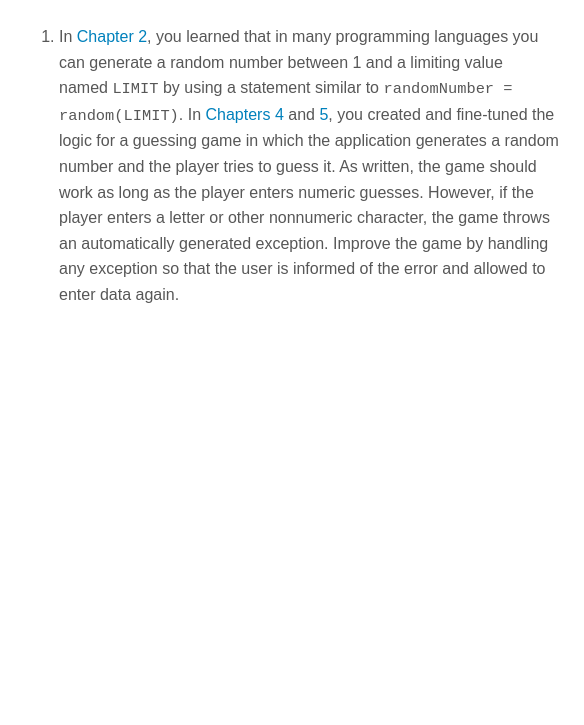
This is Problem Solving/limit.drawio from sweetrellish/python_work1, a draw.io file, before an edit. Source tidied: cells renumbered, new cells numbered last; positions are measured from the earlier drawing's top-left corner, leaving out a move shared by most shapes. Both pictures are drawn from the tidied source at 100%, with x=0, y=0 at pixel (17, 17).
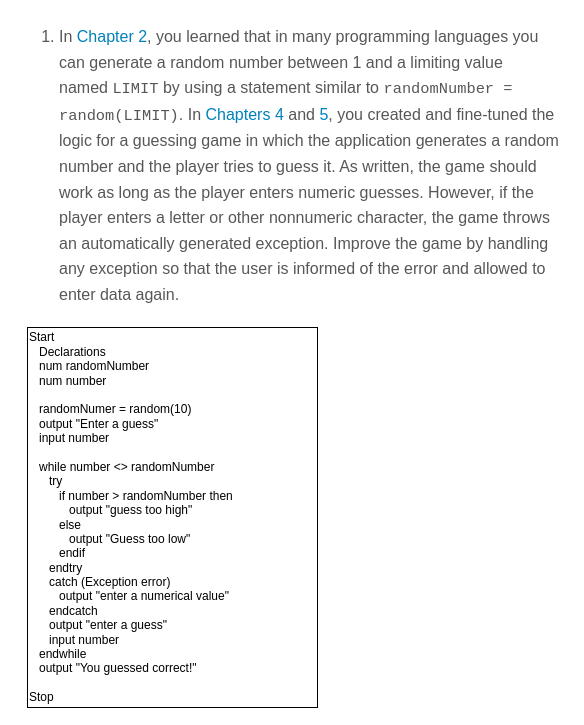
The same diagram, later.

Change to the diagram source:
```diff
@@
 <mxGraphModel>
   <root>
     <mxCell id="0" />
     <mxCell id="1" parent="0" />
     <mxCell id="2" value="&lt;ol id=&quot;GDVVFLNMRVJG4ZB8H361&quot; class=&quot;decimal shortanswer&quot; style=&quot;box-sizing: border-box; line-height: 1.8; color: rgb(87, 87, 87); padding: 0px 0px 0px 40px; clear: left; margin: 0px 0px 11px; list-style-type: decimal; font-size: 16px; font-style: normal; font-weight: 400; letter-spacing: normal; text-indent: 0px; text-transform: none; word-spacing: 0px; background-color: rgb(255, 255, 255);&quot;&gt;&lt;li id=&quot;SFNLYYZCLS7VUSL5X587&quot; style=&quot;box-sizing: border-box ; font-family: , &amp;quot;cambria&amp;quot; , &amp;quot;times new roman&amp;quot; , &amp;quot;times&amp;quot; , serif ; line-height: 1.6 ; color: rgb(87 , 87 , 87) ; margin: 0px 0px 10px ; padding: 0px ; list-style: decimal&quot;&gt;&lt;p id=&quot;DTXCUT61GJ3G6CBM4619&quot; style=&quot;box-sizing: border-box ; font-family: , &amp;quot;cambria&amp;quot; , &amp;quot;times new roman&amp;quot; , &amp;quot;times&amp;quot; , serif ; line-height: 1.6 ; color: rgb(87 , 87 , 87) ; margin: 0px ; padding: 0px&quot;&gt;In&lt;span&gt;&amp;nbsp;&lt;/span&gt;&lt;a style=&quot;box-sizing: border-box ; color: rgb(0 , 129 , 188) ; text-decoration: none ; background-color: transparent ; overflow-wrap: break-word&quot;&gt;Chapter 2&lt;/a&gt;, you learned that in many programming languages you can generate a random number between 1 and a limiting value named&lt;span&gt;&amp;nbsp;&lt;/span&gt;&lt;span class=&quot;monofont&quot; style=&quot;box-sizing: border-box ; font-family: &amp;quot;andale mono&amp;quot; , &amp;quot;courier new&amp;quot; , &amp;quot;courier&amp;quot; ; font-size: 15.36px&quot;&gt;LIMIT&lt;/span&gt;&lt;span&gt;&amp;nbsp;&lt;/span&gt;by using a statement similar to&lt;span&gt;&amp;nbsp;&lt;/span&gt;&lt;span class=&quot;monofont&quot; style=&quot;box-sizing: border-box ; font-family: &amp;quot;andale mono&amp;quot; , &amp;quot;courier new&amp;quot; , &amp;quot;courier&amp;quot; ; font-size: 15.36px&quot;&gt;randomNumber = random(LIMIT)&lt;/span&gt;. In&lt;span&gt;&amp;nbsp;&lt;/span&gt;&lt;a style=&quot;box-sizing: border-box ; color: rgb(0 , 129 , 188) ; text-decoration: none ; background-color: transparent ; overflow-wrap: break-word&quot;&gt;Chapters 4&lt;/a&gt;&lt;span&gt;&amp;nbsp;&lt;/span&gt;and&lt;span&gt;&amp;nbsp;&lt;/span&gt;&lt;a style=&quot;box-sizing: border-box ; color: rgb(0 , 129 , 188) ; text-decoration: none ; background-color: transparent ; overflow-wrap: break-word&quot;&gt;5&lt;/a&gt;, you created and fine-tuned the logic for a guessing game in which the application generates a random number and the player tries to guess it. As written, the game should work as long as the player enters numeric guesses. However, if the player enters a letter or other nonnumeric character, the game throws an automatically generated exception. Improve the game by handling any exception so that the user is informed of the error and allowed to enter data again.&lt;/p&gt;&lt;/li&gt;&lt;/ol&gt;" style="text;whiteSpace=wrap;html=1;" parent="1" vertex="1">
       <mxGeometry width="550" height="310" as="geometry" />
     </mxCell>
+    <mxCell id="3" value="Start&amp;nbsp;&lt;br&gt;&amp;nbsp; &amp;nbsp;Declarations&lt;br&gt;&amp;nbsp; &amp;nbsp;&lt;span style=&quot;text-align: center&quot;&gt;num randomNumber&lt;/span&gt;&lt;br style=&quot;text-align: center&quot;&gt;&lt;div&gt;&amp;nbsp; &amp;nbsp;num number&lt;/div&gt;&lt;div&gt;&lt;br&gt;&lt;/div&gt;&lt;div&gt;&amp;nbsp; &amp;nbsp;randomNumer = random(10)&lt;/div&gt;&lt;div&gt;&amp;nbsp; &amp;nbsp;output &quot;Enter a guess&quot;&lt;/div&gt;&lt;div&gt;&amp;nbsp; &amp;nbsp;input number&amp;nbsp;&lt;/div&gt;&lt;div&gt;&lt;br&gt;&lt;/div&gt;&lt;div&gt;&amp;nbsp; &amp;nbsp;while number &amp;lt;&amp;gt; randomNumber&lt;/div&gt;&lt;div&gt;&amp;nbsp; &amp;nbsp; &amp;nbsp; try&lt;/div&gt;&lt;div&gt;&amp;nbsp; &amp;nbsp; &amp;nbsp; &amp;nbsp; &amp;nbsp;if number &amp;gt; randomNumber then&lt;/div&gt;&lt;div&gt;&amp;nbsp; &amp;nbsp; &amp;nbsp; &amp;nbsp; &amp;nbsp; &amp;nbsp; output &quot;guess too high&quot;&lt;/div&gt;&lt;div&gt;&amp;nbsp; &amp;nbsp; &amp;nbsp; &amp;nbsp; &amp;nbsp;else&lt;/div&gt;&lt;div&gt;&amp;nbsp; &amp;nbsp; &amp;nbsp; &amp;nbsp; &amp;nbsp; &amp;nbsp; output &quot;Guess too low&quot;&lt;/div&gt;&lt;div&gt;&amp;nbsp; &amp;nbsp; &amp;nbsp; &amp;nbsp; &amp;nbsp;endif&lt;/div&gt;&lt;div&gt;&amp;nbsp; &amp;nbsp; &amp;nbsp; endtry&lt;/div&gt;&lt;div&gt;&amp;nbsp; &amp;nbsp; &amp;nbsp; catch (Exception error)&lt;/div&gt;&lt;div&gt;&amp;nbsp; &amp;nbsp; &amp;nbsp; &amp;nbsp; &amp;nbsp;output &quot;enter a numerical value&quot;&lt;/div&gt;&lt;div&gt;&amp;nbsp; &amp;nbsp; &amp;nbsp; endcatch&lt;/div&gt;&lt;div&gt;&amp;nbsp; &amp;nbsp; &amp;nbsp; output &quot;enter a guess&quot;&lt;/div&gt;&lt;div&gt;&amp;nbsp; &amp;nbsp; &amp;nbsp; input number&lt;/div&gt;&lt;div&gt;&amp;nbsp; &amp;nbsp;endwhile&lt;/div&gt;&lt;div&gt;&amp;nbsp; &amp;nbsp;output &quot;You guessed correct!&quot;&lt;/div&gt;&lt;div&gt;&lt;br&gt;&lt;/div&gt;&lt;div&gt;Stop&lt;/div&gt;" style="whiteSpace=wrap;html=1;align=left;" parent="1" vertex="1">
+      <mxGeometry x="10" y="310" width="290" height="380" as="geometry" />
+    </mxCell>
   </root>
 </mxGraphModel>
```
